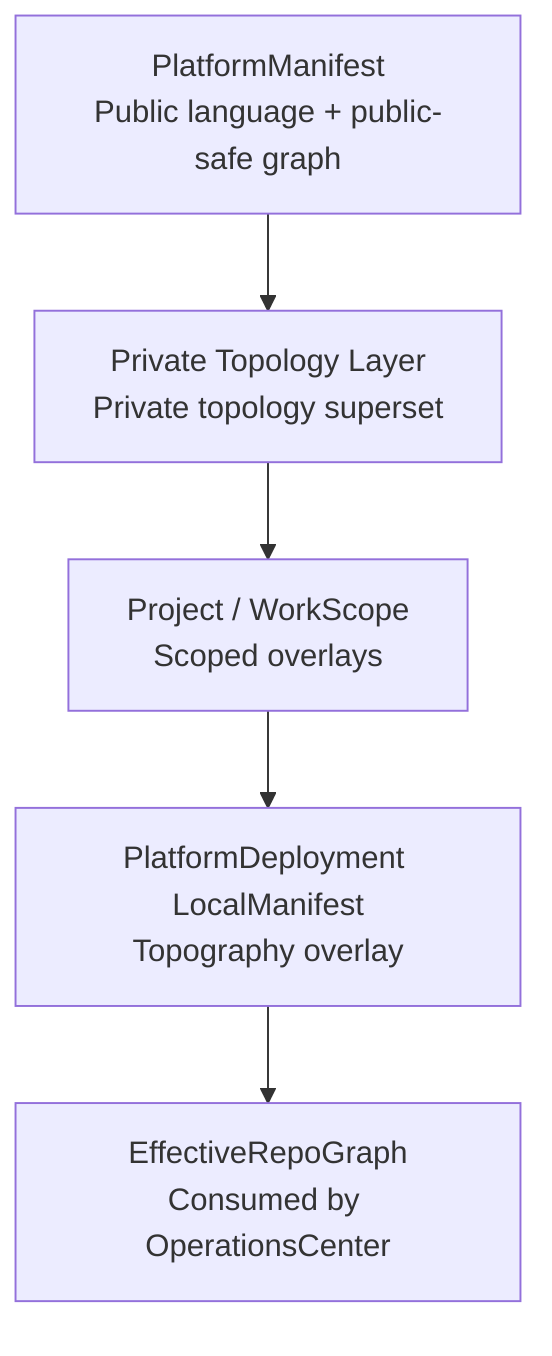
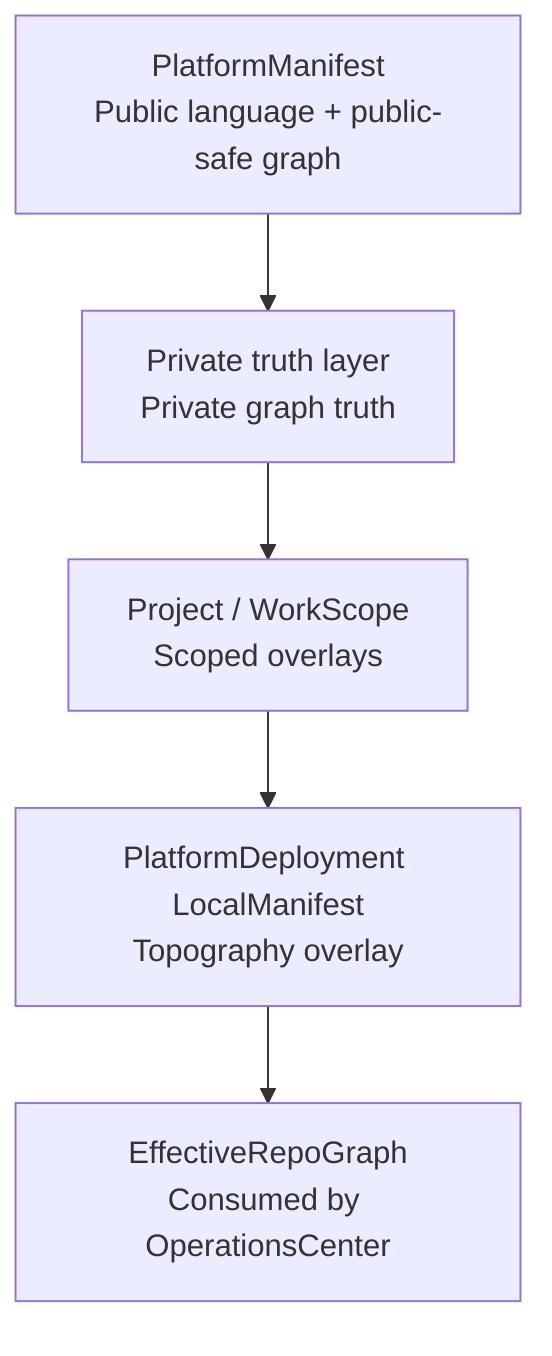
graph TD
    Platform[PlatformManifest\nPublic language + public-safe graph]
-     Private[Private Topology Layer\nPrivate topology superset]
+     Private[Private truth layer\nPrivate graph truth]
    Project[Project / WorkScope\nScoped overlays]
    Local[PlatformDeployment LocalManifest\nTopography overlay]
    Effective[EffectiveRepoGraph\nConsumed by OperationsCenter]

    Platform --> Private
    Private --> Project
    Project --> Local
    Local --> Effective
